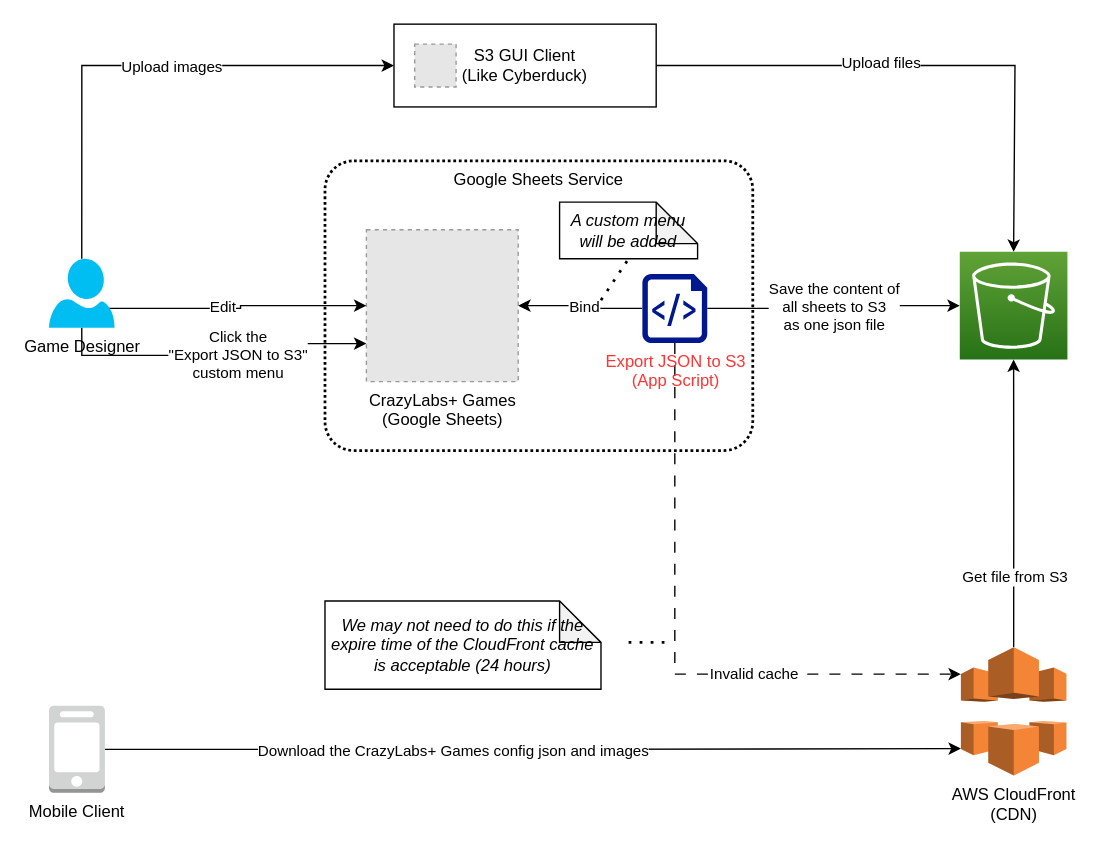
Above: CrazyLabs+ Games Config.drawio in yaohuiwu/SimpleFS (draw.io), before the change. Source tidied: cells renumbered, new cells numbered last; positions are measured from the earlier drawing's top-left corner, leaving out a move shared by most shapes. Both pictures are drawn from the tidied source at 138%, with x=0, y=0 at pixel (48, 23). Pictures stored in the file or linked from it are replaced by grey dashed boxes.
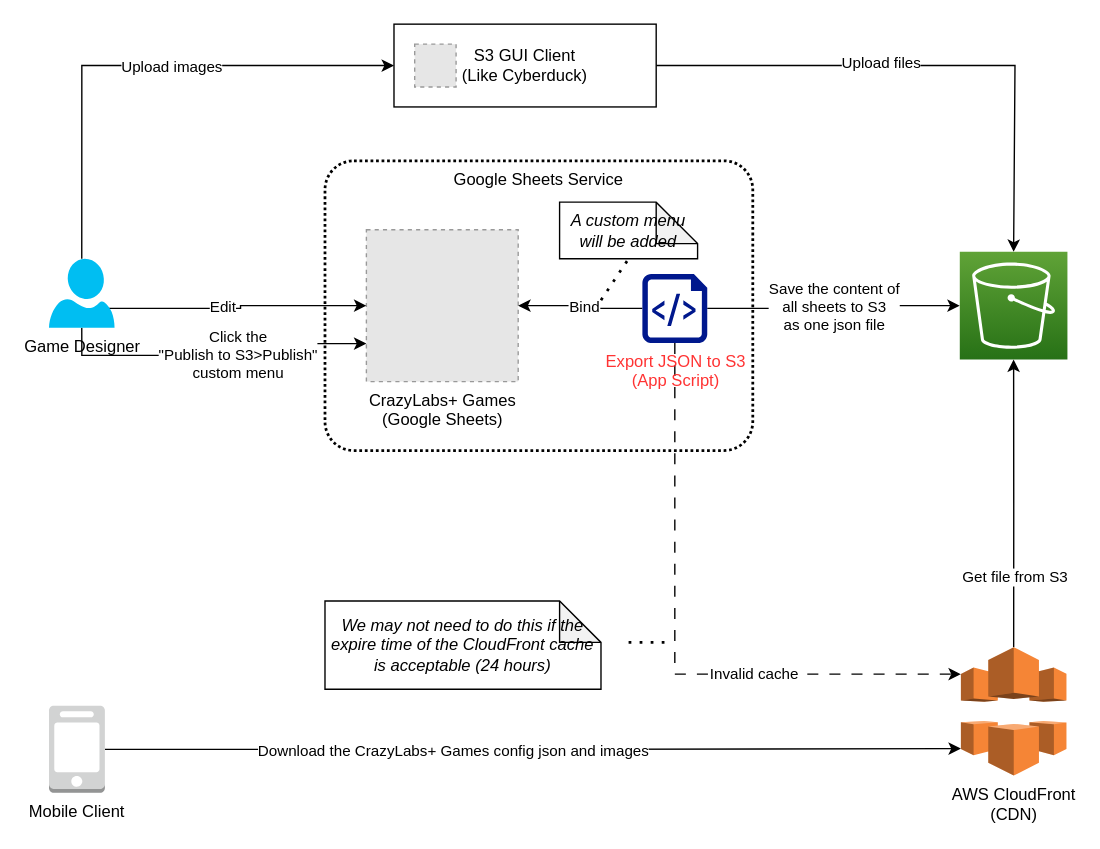
Above is the later version.

Unchanged cells that the change refers to:
```xml
<mxCell id="6" style="edgeStyle=orthogonalEdgeStyle;rounded=0;jettySize=auto;html=1;exitX=0.5;exitY=1;exitDx=0;exitDy=0;exitPerimeter=0;entryX=0;entryY=0.75;entryDx=0;entryDy=0;" parent="1" edge="1" source="10" target="3">
  <mxGeometry relative="1" as="geometry" />
</mxCell>
```

Diff of the diagram source:
```diff
@@
-    <mxCell id="7" value="Click the &lt;br&gt;&quot;Export JSON to S3&quot;&lt;br&gt;custom menu" style="edgeLabel;html=1;align=center;verticalAlign=middle;" parent="6" vertex="1">
+    <mxCell id="7" value="Click the &lt;br&gt;&quot;Publish to S3&amp;gt;Publish&quot;&lt;br&gt;custom menu" style="edgeLabel;html=1;align=center;verticalAlign=middle;" parent="6" vertex="1">
       <mxGeometry x="0.13" y="1" relative="1" as="geometry" />
     </mxCell>
```
